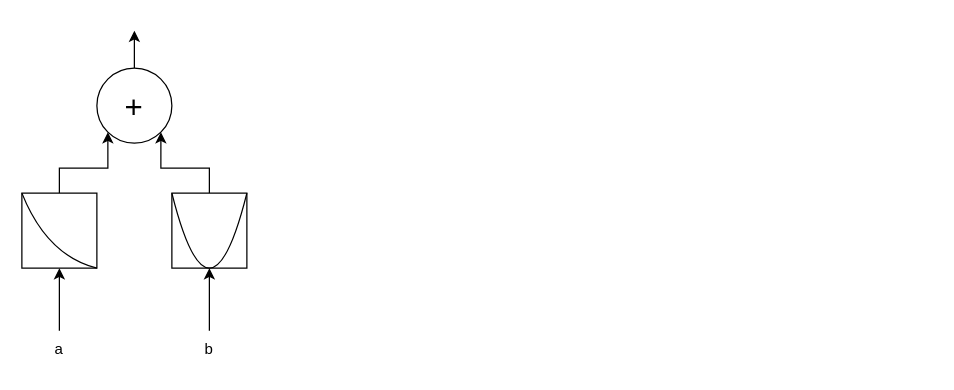
Earlier version of the draw.io diagram Diagram bez tytułu.drawio (Ewangelina/magPub). Source tidied: cells renumbered, new cells numbered last; positions are measured from the earlier drawing's top-left corner, leaving out a move shared by most shapes. Both pictures are drawn from the tidied source at 125%, with x=0, y=0 at pixel (21, 30).
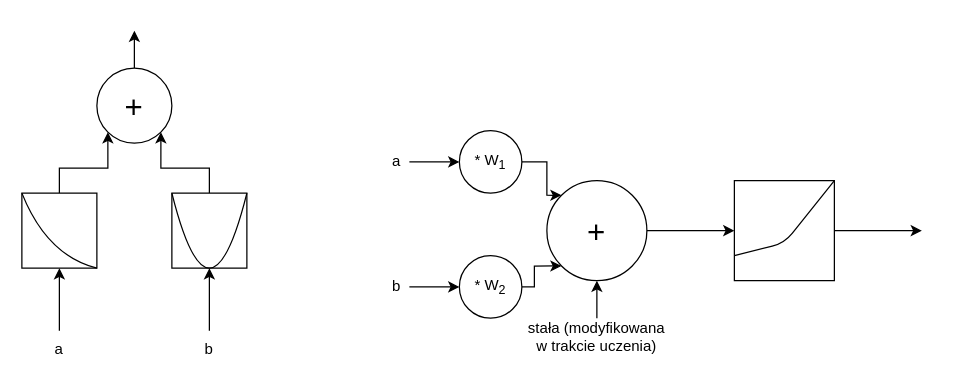
After the change.

The edit, as a diff of the source:
```diff
@@
+    <mxCell id="14" style="edgeStyle=orthogonalEdgeStyle;rounded=0;jettySize=auto;html=1;exitX=1;exitY=0.5;exitDx=0;exitDy=0;entryX=0;entryY=0.5;entryDx=0;entryDy=0;" parent="1" edge="1" source="15" target="27">
+      <mxGeometry relative="1" as="geometry" />
+    </mxCell>
+    <mxCell id="15" value="&lt;font style=&quot;font-size: 25px;&quot;&gt;+&lt;/font&gt;" style="ellipse;whiteSpace=wrap;html=1;" parent="1" vertex="1">
+      <mxGeometry x="420" y="120" width="80" height="80" as="geometry" />
+    </mxCell>
+    <mxCell id="16" value="a" style="text;html=1;align=center;verticalAlign=middle;whiteSpace=wrap;rounded=0;" parent="1" vertex="1">
+      <mxGeometry x="290" y="90" width="20" height="30" as="geometry" />
+    </mxCell>
+    <mxCell id="17" style="edgeStyle=orthogonalEdgeStyle;rounded=0;jettySize=auto;html=1;exitX=1;exitY=0.5;exitDx=0;exitDy=0;entryX=0;entryY=0;entryDx=0;entryDy=0;" parent="1" edge="1" source="21" target="15">
+      <mxGeometry relative="1" as="geometry" />
+    </mxCell>
+    <mxCell id="18" style="edgeStyle=orthogonalEdgeStyle;rounded=0;jettySize=auto;html=1;exitX=0.5;exitY=0;exitDx=0;exitDy=0;entryX=0.5;entryY=1;entryDx=0;entryDy=0;" parent="1" edge="1" source="19" target="15">
+      <mxGeometry relative="1" as="geometry" />
+    </mxCell>
+    <mxCell id="19" value="stała (modyfikowana w trakcie uczenia)" style="text;html=1;align=center;verticalAlign=middle;whiteSpace=wrap;rounded=0;" parent="1" vertex="1">
+      <mxGeometry x="400" y="230" width="120" height="30" as="geometry" />
+    </mxCell>
+    <mxCell id="20" style="edgeStyle=orthogonalEdgeStyle;rounded=0;jettySize=auto;html=1;exitX=1;exitY=0.5;exitDx=0;exitDy=0;entryX=0;entryY=0.5;entryDx=0;entryDy=0;" parent="1" edge="1" source="16" target="21">
+      <mxGeometry relative="1" as="geometry" />
+    </mxCell>
+    <mxCell id="21" value="* W&lt;sub&gt;1&lt;/sub&gt;" style="ellipse;whiteSpace=wrap;html=1;" parent="1" vertex="1">
+      <mxGeometry x="350" y="80" width="50" height="50" as="geometry" />
+    </mxCell>
+    <mxCell id="22" value="b" style="text;html=1;align=center;verticalAlign=middle;whiteSpace=wrap;rounded=0;" parent="1" vertex="1">
+      <mxGeometry x="290" y="190" width="20" height="30" as="geometry" />
+    </mxCell>
+    <mxCell id="23" style="edgeStyle=orthogonalEdgeStyle;rounded=0;jettySize=auto;html=1;exitX=1;exitY=0.5;exitDx=0;exitDy=0;entryX=0;entryY=0.5;entryDx=0;entryDy=0;" parent="1" edge="1" source="22" target="25">
+      <mxGeometry relative="1" as="geometry" />
+    </mxCell>
+    <mxCell id="24" style="edgeStyle=orthogonalEdgeStyle;rounded=0;jettySize=auto;html=1;exitX=1;exitY=0.5;exitDx=0;exitDy=0;entryX=0;entryY=1;entryDx=0;entryDy=0;" parent="1" edge="1" source="25" target="15">
+      <mxGeometry relative="1" as="geometry">
+        <Array as="points">
+          <mxPoint x="410" y="205" />
+          <mxPoint x="410" y="188" />
+        </Array>
+      </mxGeometry>
+    </mxCell>
+    <mxCell id="25" value="* W&lt;sub&gt;2&lt;/sub&gt;" style="ellipse;whiteSpace=wrap;html=1;" parent="1" vertex="1">
+      <mxGeometry x="350" y="180" width="50" height="50" as="geometry" />
+    </mxCell>
+    <mxCell id="26" style="edgeStyle=orthogonalEdgeStyle;rounded=0;jettySize=auto;html=1;exitX=1;exitY=0.5;exitDx=0;exitDy=0;" parent="1" edge="1" source="27">
+      <mxGeometry relative="1" as="geometry">
+        <mxPoint x="720" y="160" as="targetPoint" />
+      </mxGeometry>
+    </mxCell>
+    <mxCell id="27" style="whiteSpace=wrap;html=1;" parent="1" vertex="1">
+      <mxGeometry x="570" y="120" width="80" height="80" as="geometry" />
+    </mxCell>
+    <mxCell id="28" style="endArrow=none;html=1;rounded=1;exitX=0;exitY=0.75;exitDx=0;exitDy=0;entryX=1;entryY=0;entryDx=0;entryDy=0;curved=0;" parent="1" edge="1" source="27" target="27">
+      <mxGeometry relative="1" as="geometry">
+        <Array as="points">
+          <mxPoint x="610" y="170" />
+        </Array>
+      </mxGeometry>
+    </mxCell>
```
